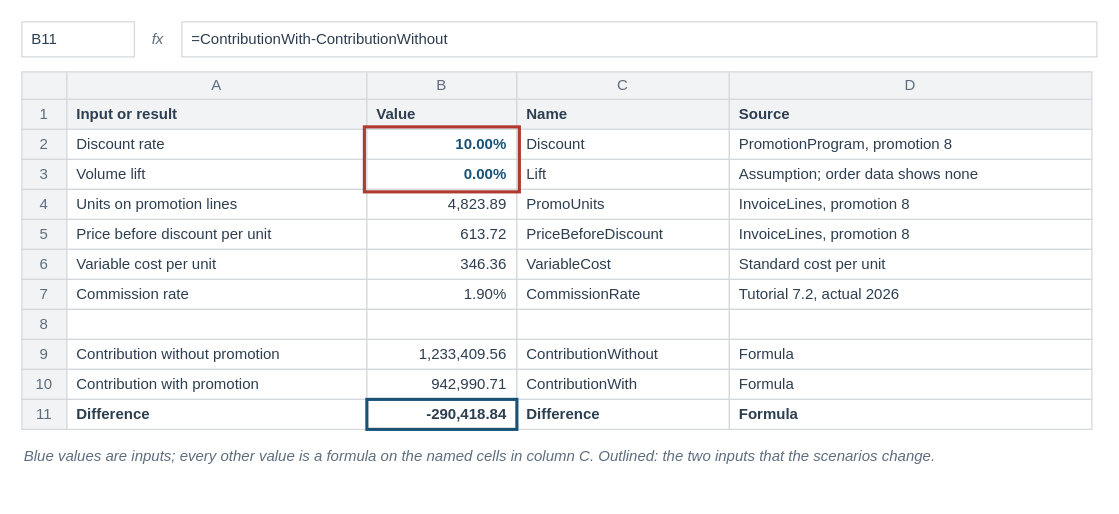
Before: visuals/src/fig-07-07-promotion-model.drawio in mmcodesso/Accounting_Analytics_Book, a draw.io diagram. Source tidied: cells renumbered, new cells numbered last; positions are measured from the earlier drawing's top-left corner, leaving out a move shared by most shapes. Both pictures are drawn from the tidied source at 125%, with x=0, y=0 at pixel (21, 21).
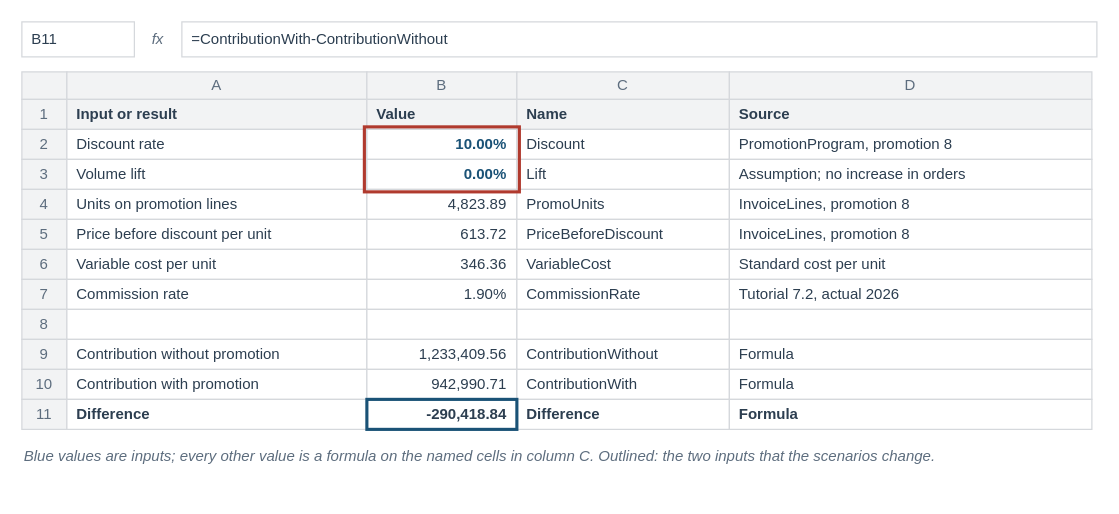
The same page after the edit.

Change to the diagram source:
```diff
@@
-    <mxCell id="25" value="Assumption; order data shows none" style="rounded=0;arcSize=6;whiteSpace=wrap;html=1;fillColor=#FFFFFF;strokeColor=#D5D8DC;strokeWidth=1;fontColor=#2C3E50;fontSize=12;fontStyle=0;align=left;verticalAlign=middle;fontFamily=Helvetica;spacingLeft=6;spacingRight=6;" parent="1" vertex="1">
+    <mxCell id="25" value="Assumption; no increase in orders" style="rounded=0;arcSize=6;whiteSpace=wrap;html=1;fillColor=#FFFFFF;strokeColor=#D5D8DC;strokeWidth=1;fontColor=#2C3E50;fontSize=12;fontStyle=0;align=left;verticalAlign=middle;fontFamily=Helvetica;spacingLeft=6;spacingRight=6;" parent="1" vertex="1">
       <mxGeometry x="566" y="110" width="290" height="24" as="geometry" />
     </mxCell>
```
